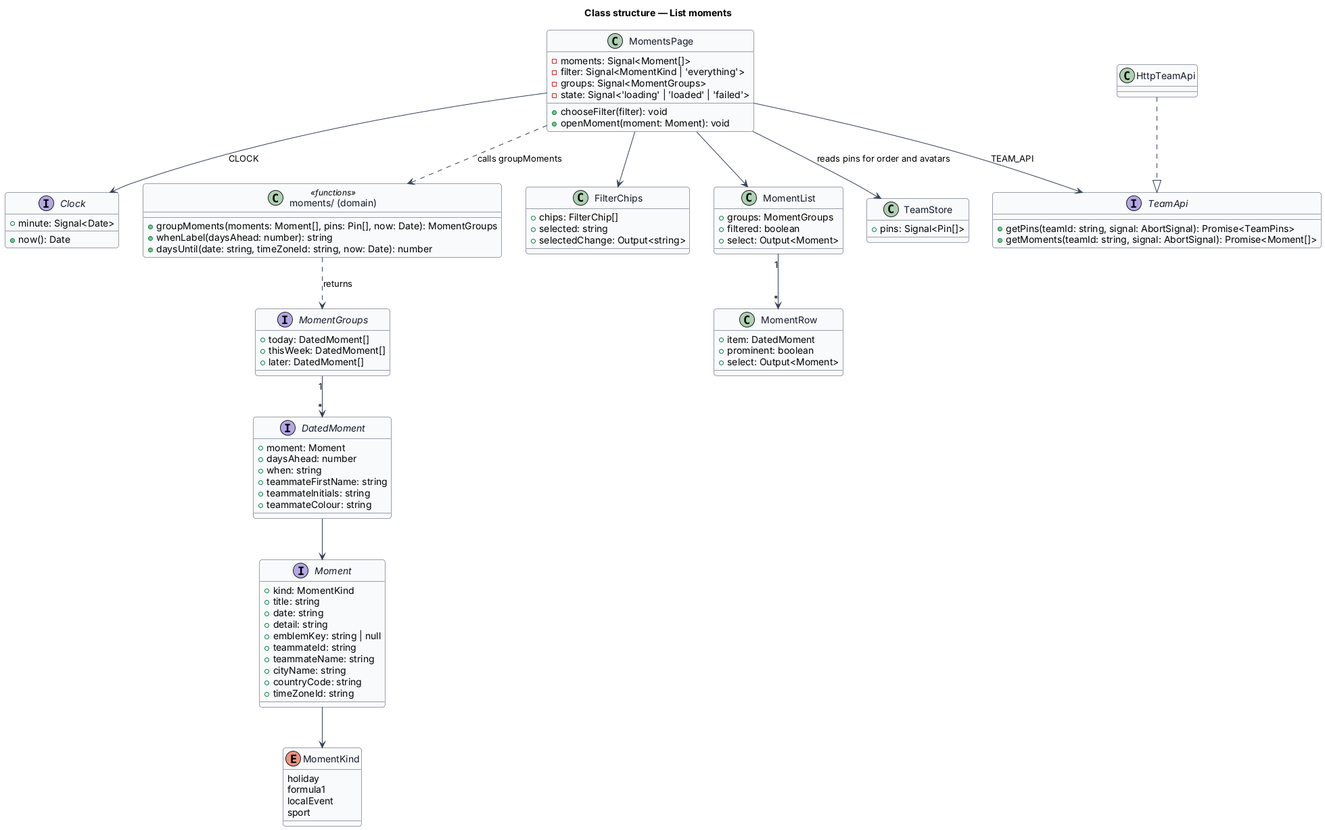
QuinntyneBrown/Mondino keeps this PlantUML diagram as docs/detailed-designs/moments/list-moments/diagrams/class-structure.png. Above is the earlier version.
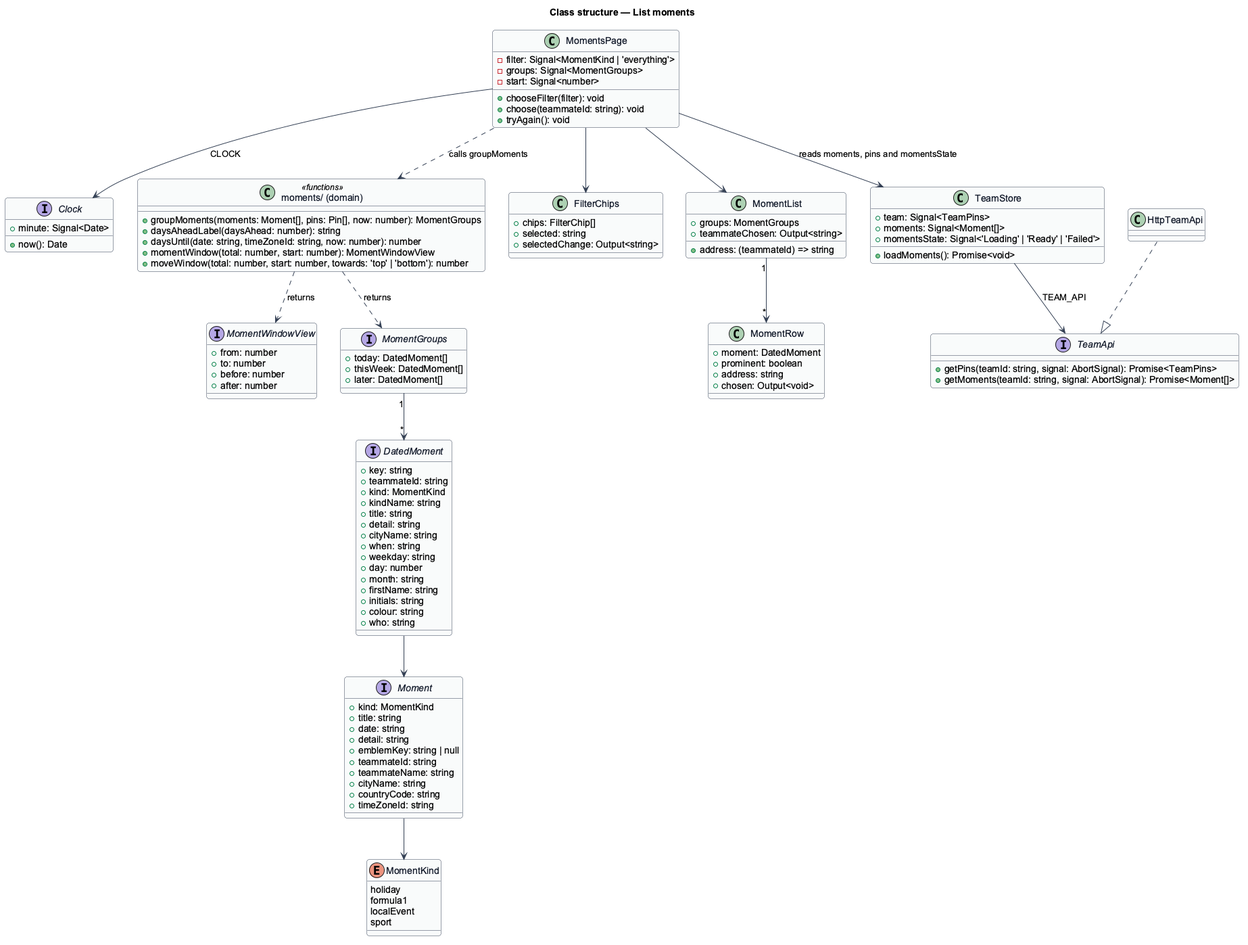
After the commit.

What changed in the source:
```diff
@@ -44,12 +44,28 @@
 }
 
 interface DatedMoment {
-  +moment: Moment
-  +daysAhead: number
+  +key: string
+  +teammateId: string
+  +kind: MomentKind
+  +kindName: string
+  +title: string
+  +detail: string
+  +cityName: string
   +when: string
-  +teammateFirstName: string
-  +teammateInitials: string
-  +teammateColour: string
+  +weekday: string
+  +day: number
+  +month: string
+  +firstName: string
+  +initials: string
+  +colour: string
+  +who: string
+}
+
+interface MomentWindowView {
+  +from: number
+  +to: number
+  +before: number
+  +after: number
 }
 
 interface MomentGroups {
@@ -59,18 +75,20 @@
 }
 
 class "moments/ (domain)" as moments <<functions>> {
-  +groupMoments(moments: Moment[], pins: Pin[], now: Date): MomentGroups
-  +whenLabel(daysAhead: number): string
-  +daysUntil(date: string, timeZoneId: string, now: Date): number
+  +groupMoments(moments: Moment[], pins: Pin[], now: number): MomentGroups
+  +daysAheadLabel(daysAhead: number): string
+  +daysUntil(date: string, timeZoneId: string, now: number): number
+  +momentWindow(total: number, start: number): MomentWindowView
+  +moveWindow(total: number, start: number, towards: 'top' | 'bottom'): number
 }
 
 class MomentsPage {
-  -moments: Signal<Moment[]>
   -filter: Signal<MomentKind | 'everything'>
   -groups: Signal<MomentGroups>
-  -state: Signal<'loading' | 'loaded' | 'failed'>
+  -start: Signal<number>
   +chooseFilter(filter): void
-  +openMoment(moment: Moment): void
+  +choose(teammateId: string): void
+  +tryAgain(): void
 }
 
 class FilterChips {
@@ -81,29 +99,34 @@
 
 class MomentList {
   +groups: MomentGroups
-  +filtered: boolean
-  +select: Output<Moment>
+  +address: (teammateId) => string
+  +teammateChosen: Output<string>
 }
 
 class MomentRow {
-  +item: DatedMoment
+  +moment: DatedMoment
   +prominent: boolean
-  +select: Output<Moment>
+  +address: string
+  +chosen: Output<void>
 }
 
 class TeamStore {
-  +pins: Signal<Pin[]>
+  +team: Signal<TeamPins>
+  +moments: Signal<Moment[]>
+  +momentsState: Signal<'Loading' | 'Ready' | 'Failed'>
+  +loadMoments(): Promise<void>
 }
 
 HttpTeamApi ..|> TeamApi
-MomentsPage --> TeamApi : TEAM_API
+TeamStore --> TeamApi : TEAM_API
 MomentsPage --> Clock : CLOCK
 MomentsPage ..> moments : calls groupMoments
 MomentsPage --> FilterChips
 MomentsPage --> MomentList
-MomentsPage --> TeamStore : reads pins for order and avatars
+MomentsPage --> TeamStore : reads moments, pins and momentsState
 MomentList "1" --> "*" MomentRow
 moments ..> MomentGroups : returns
+moments ..> MomentWindowView : returns
 MomentGroups "1" --> "*" DatedMoment
 DatedMoment --> Moment
 Moment --> MomentKind
```
